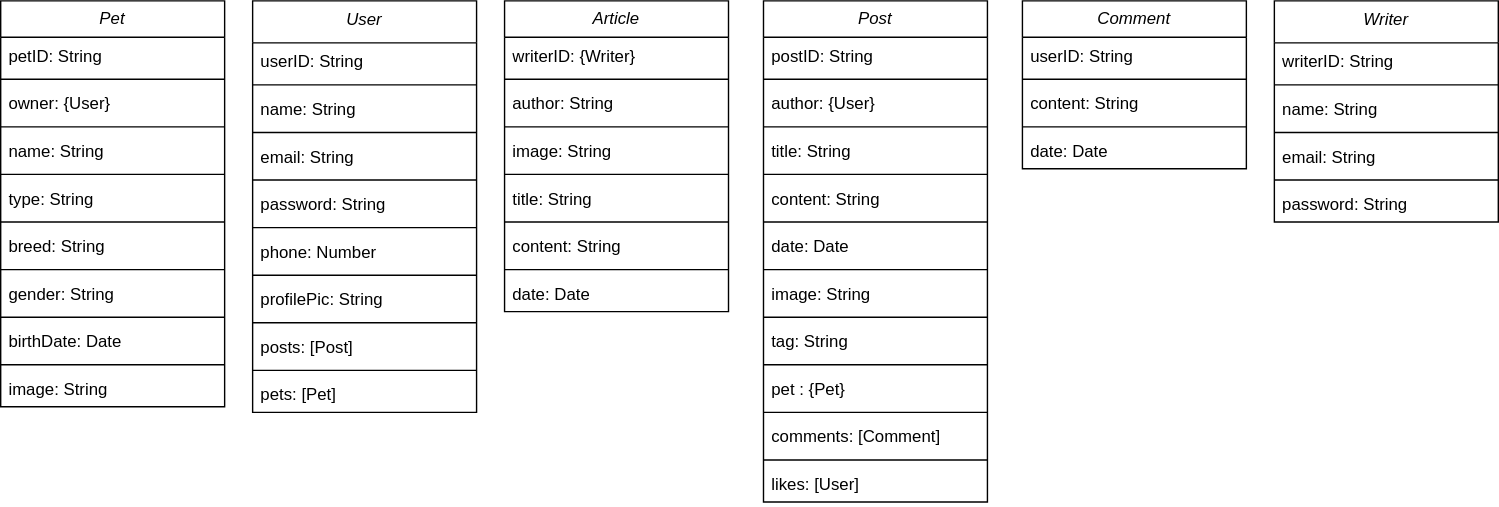
Above: Class Diagram.svg in AhmadTripleA/SE-Diagrams (draw.io), before the change. Source tidied: cells renumbered, new cells last; positions are measured from the earlier drawing's top-left corner, leaving out a move shared by most shapes.
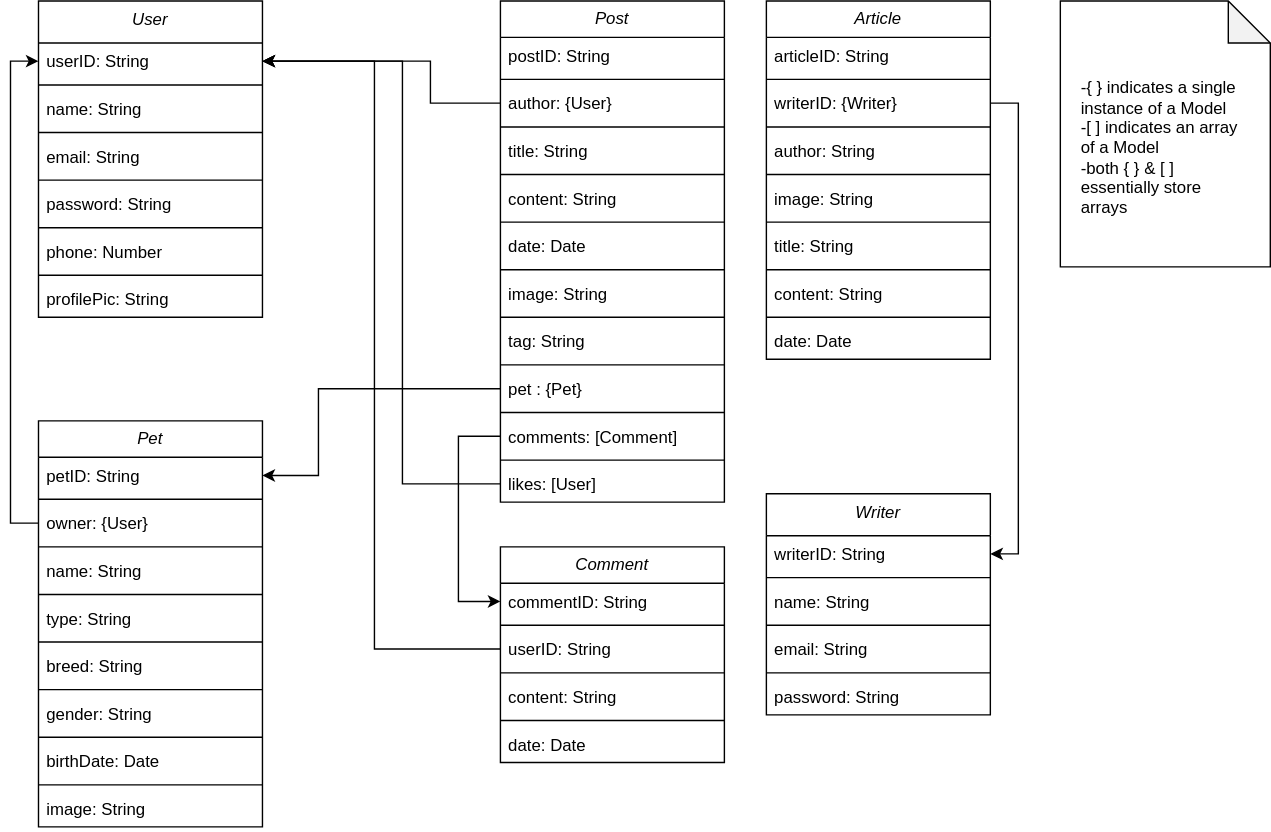
After the commit.

The edit, as a diff of the source:
```diff
@@ -2,11 +2,8 @@
   <root>
     <mxCell id="0" />
     <mxCell id="1" parent="0" />
-    <mxCell id="2" style="group;" parent="1" vertex="1">
-      <mxGeometry width="1070" height="358" as="geometry" />
-    </mxCell>
-    <mxCell id="3" value="&lt;i style=&quot;font-weight: normal;&quot;&gt;User&lt;/i&gt;" style="swimlane;fontStyle=1;align=center;verticalAlign=top;horizontal=1;startSize=30;whiteSpace=wrap;html=1;" parent="2" vertex="1">
-      <mxGeometry x="180" width="160" height="294" as="geometry" />
+    <mxCell id="3" value="&lt;i style=&quot;font-weight: normal;&quot;&gt;User&lt;/i&gt;" style="swimlane;fontStyle=1;align=center;verticalAlign=top;horizontal=1;startSize=30;whiteSpace=wrap;html=1;" parent="1" vertex="1">
+      <mxGeometry x="10" y="-195" width="160" height="226" as="geometry" />
     </mxCell>
     <mxCell id="4" value="userID: String" style="text;strokeColor=none;fillColor=none;align=left;verticalAlign=top;spacingLeft=4;spacingRight=4;overflow=hidden;points=[[0,0.5],[1,0.5]];portConstraint=eastwest;whiteSpace=wrap;html=1;" parent="3" vertex="1">
       <mxGeometry y="30" width="160" height="26" as="geometry" />
@@ -41,20 +38,8 @@
     <mxCell id="14" value="profilePic: String" style="text;strokeColor=none;fillColor=none;align=left;verticalAlign=top;spacingLeft=4;spacingRight=4;overflow=hidden;whiteSpace=wrap;html=1;" parent="3" vertex="1">
       <mxGeometry y="200" width="160" height="26" as="geometry" />
     </mxCell>
-    <mxCell id="15" style="line;strokeWidth=1;fillColor=none;align=left;verticalAlign=middle;spacingTop=-1;spacingLeft=3;spacingRight=3;labelPosition=right;strokeColor=inherit;" parent="3" vertex="1">
-      <mxGeometry y="226" width="160" height="8" as="geometry" />
-    </mxCell>
-    <mxCell id="16" value="posts: [Post]" style="text;strokeColor=none;fillColor=none;align=left;verticalAlign=top;spacingLeft=4;spacingRight=4;overflow=hidden;whiteSpace=wrap;html=1;" parent="3" vertex="1">
-      <mxGeometry y="234" width="160" height="26" as="geometry" />
-    </mxCell>
-    <mxCell id="17" style="line;strokeWidth=1;fillColor=none;align=left;verticalAlign=middle;spacingTop=-1;spacingLeft=3;spacingRight=3;labelPosition=right;strokeColor=inherit;" parent="3" vertex="1">
-      <mxGeometry y="260" width="160" height="8" as="geometry" />
-    </mxCell>
-    <mxCell id="18" value="pets: [Pet]" style="text;strokeColor=none;fillColor=none;align=left;verticalAlign=top;spacingLeft=4;spacingRight=4;overflow=hidden;whiteSpace=wrap;html=1;" parent="3" vertex="1">
-      <mxGeometry y="268" width="160" height="26" as="geometry" />
-    </mxCell>
-    <mxCell id="19" value="&lt;i&gt;Post&lt;br&gt;&lt;/i&gt;" style="swimlane;fontStyle=0;horizontal=1;startSize=26;fillColor=none;whiteSpace=wrap;html=1;" parent="2" vertex="1">
-      <mxGeometry x="545" width="160" height="358" as="geometry" />
+    <mxCell id="19" value="&lt;i&gt;Post&lt;br&gt;&lt;/i&gt;" style="swimlane;fontStyle=0;horizontal=1;startSize=26;fillColor=none;whiteSpace=wrap;html=1;" parent="1" vertex="1">
+      <mxGeometry x="340" y="-195" width="160" height="358" as="geometry" />
     </mxCell>
     <mxCell id="20" value="postID: String" style="text;align=left;verticalAlign=top;spacingLeft=4;spacingRight=4;overflow=hidden;whiteSpace=wrap;html=1;rounded=0;" parent="19" vertex="1">
       <mxGeometry y="26" width="160" height="26" as="geometry" />
@@ -113,8 +98,8 @@
     <mxCell id="38" value="likes: [User]" style="text;strokeColor=none;fillColor=none;align=left;verticalAlign=top;spacingLeft=4;spacingRight=4;overflow=hidden;points=[[0,0.5],[1,0.5]];portConstraint=eastwest;whiteSpace=wrap;html=1;" parent="19" vertex="1">
       <mxGeometry y="332" width="160" height="26" as="geometry" />
     </mxCell>
-    <mxCell id="39" value="&lt;i&gt;Pet&lt;/i&gt;" style="swimlane;fontStyle=0;horizontal=1;startSize=26;fillColor=none;whiteSpace=wrap;html=1;" parent="2" vertex="1">
-      <mxGeometry width="160" height="290" as="geometry" />
+    <mxCell id="39" value="&lt;i&gt;Pet&lt;/i&gt;" style="swimlane;fontStyle=0;horizontal=1;startSize=26;fillColor=none;whiteSpace=wrap;html=1;" parent="1" vertex="1">
+      <mxGeometry x="10" y="105" width="160" height="290" as="geometry" />
     </mxCell>
     <mxCell id="40" value="petID: String" style="text;strokeColor=none;fillColor=none;align=left;verticalAlign=top;spacingLeft=4;spacingRight=4;overflow=hidden;points=[[0,0.5],[1,0.5]];portConstraint=eastwest;whiteSpace=wrap;html=1;" parent="39" vertex="1">
       <mxGeometry y="26" width="160" height="26" as="geometry" />
@@ -161,8 +146,8 @@
     <mxCell id="54" value="image: String" style="text;strokeColor=none;fillColor=none;align=left;verticalAlign=top;spacingLeft=4;spacingRight=4;overflow=hidden;whiteSpace=wrap;html=1;" parent="39" vertex="1">
       <mxGeometry y="264" width="160" height="26" as="geometry" />
     </mxCell>
-    <mxCell id="55" value="&lt;i style=&quot;font-weight: normal;&quot;&gt;Writer&lt;br&gt;&lt;/i&gt;" style="swimlane;fontStyle=1;align=center;verticalAlign=top;horizontal=1;startSize=30;whiteSpace=wrap;html=1;" parent="2" vertex="1">
-      <mxGeometry x="910" width="160" height="158" as="geometry" />
+    <mxCell id="55" value="&lt;i style=&quot;font-weight: normal;&quot;&gt;Writer&lt;br&gt;&lt;/i&gt;" style="swimlane;fontStyle=1;align=center;verticalAlign=top;horizontal=1;startSize=30;whiteSpace=wrap;html=1;" parent="1" vertex="1">
+      <mxGeometry x="530" y="157" width="160" height="158" as="geometry" />
     </mxCell>
     <mxCell id="56" value="writerID: String" style="text;strokeColor=none;fillColor=none;align=left;verticalAlign=top;spacingLeft=4;spacingRight=4;overflow=hidden;points=[[0,0.5],[1,0.5]];portConstraint=eastwest;whiteSpace=wrap;html=1;" parent="55" vertex="1">
       <mxGeometry y="30" width="160" height="26" as="geometry" />
@@ -185,59 +170,120 @@
     <mxCell id="62" value="password: String" style="text;strokeColor=none;fillColor=none;align=left;verticalAlign=top;spacingLeft=4;spacingRight=4;overflow=hidden;whiteSpace=wrap;html=1;" parent="55" vertex="1">
       <mxGeometry y="132" width="160" height="26" as="geometry" />
     </mxCell>
-    <mxCell id="63" value="&lt;i&gt;Comment&lt;br&gt;&lt;/i&gt;" style="swimlane;fontStyle=0;horizontal=1;startSize=26;fillColor=none;whiteSpace=wrap;html=1;" parent="2" vertex="1">
-      <mxGeometry x="730" width="160" height="120" as="geometry" />
+    <mxCell id="63" value="&lt;i&gt;Comment&lt;br&gt;&lt;/i&gt;" style="swimlane;fontStyle=0;horizontal=1;startSize=26;fillColor=none;whiteSpace=wrap;html=1;" parent="1" vertex="1">
+      <mxGeometry x="340" y="195" width="160" height="154" as="geometry" />
     </mxCell>
+    <mxCell id="81" value="commentID: String" style="text;strokeColor=none;fillColor=none;align=left;verticalAlign=top;spacingLeft=4;spacingRight=4;overflow=hidden;points=[[0,0.5],[1,0.5]];portConstraint=eastwest;whiteSpace=wrap;html=1;" parent="63" vertex="1">
+      <mxGeometry y="26" width="160" height="26" as="geometry" />
+    </mxCell>
+    <mxCell id="82" style="line;strokeWidth=1;fillColor=none;align=left;verticalAlign=middle;spacingTop=-1;spacingLeft=3;spacingRight=3;labelPosition=right;strokeColor=inherit;" parent="63" vertex="1">
+      <mxGeometry y="52" width="160" height="8" as="geometry" />
+    </mxCell>
     <mxCell id="64" value="userID: String" style="text;strokeColor=none;fillColor=none;align=left;verticalAlign=top;spacingLeft=4;spacingRight=4;overflow=hidden;points=[[0,0.5],[1,0.5]];portConstraint=eastwest;whiteSpace=wrap;html=1;" parent="63" vertex="1">
-      <mxGeometry y="26" width="160" height="26" as="geometry" />
+      <mxGeometry y="60" width="160" height="26" as="geometry" />
     </mxCell>
     <mxCell id="65" style="line;strokeWidth=1;fillColor=none;align=left;verticalAlign=middle;spacingTop=-1;spacingLeft=3;spacingRight=3;labelPosition=right;strokeColor=inherit;" parent="63" vertex="1">
-      <mxGeometry y="52" width="160" height="8" as="geometry" />
+      <mxGeometry y="86" width="160" height="8" as="geometry" />
     </mxCell>
     <mxCell id="66" value="content: String" style="text;strokeColor=none;fillColor=none;align=left;verticalAlign=top;spacingLeft=4;spacingRight=4;overflow=hidden;whiteSpace=wrap;html=1;" parent="63" vertex="1">
-      <mxGeometry y="60" width="160" height="26" as="geometry" />
+      <mxGeometry y="94" width="160" height="26" as="geometry" />
     </mxCell>
     <mxCell id="67" style="line;strokeWidth=1;fillColor=none;align=left;verticalAlign=middle;spacingTop=-1;spacingLeft=3;spacingRight=3;labelPosition=right;strokeColor=inherit;" parent="63" vertex="1">
-      <mxGeometry y="86" width="160" height="8" as="geometry" />
+      <mxGeometry y="120" width="160" height="8" as="geometry" />
     </mxCell>
     <mxCell id="68" value="date: Date" style="text;strokeColor=none;fillColor=none;align=left;verticalAlign=top;spacingLeft=4;spacingRight=4;overflow=hidden;whiteSpace=wrap;html=1;" parent="63" vertex="1">
-      <mxGeometry y="94" width="160" height="26" as="geometry" />
+      <mxGeometry y="128" width="160" height="26" as="geometry" />
     </mxCell>
-    <mxCell id="69" value="&lt;i&gt;Article&lt;br&gt;&lt;/i&gt;" style="swimlane;fontStyle=0;horizontal=1;startSize=26;fillColor=none;whiteSpace=wrap;html=1;" parent="2" vertex="1">
-      <mxGeometry x="360" width="160" height="222" as="geometry" />
+    <mxCell id="69" value="&lt;i&gt;Article&lt;br&gt;&lt;/i&gt;" style="swimlane;fontStyle=0;horizontal=1;startSize=26;fillColor=none;whiteSpace=wrap;html=1;" parent="1" vertex="1">
+      <mxGeometry x="530" y="-195" width="160" height="256" as="geometry" />
     </mxCell>
-    <mxCell id="70" value="writerID: {Writer}" style="text;strokeColor=none;fillColor=none;align=left;verticalAlign=top;spacingLeft=4;spacingRight=4;overflow=hidden;whiteSpace=wrap;html=1;" parent="69" vertex="1">
+    <mxCell id="70" value="articleID: String" style="text;strokeColor=none;fillColor=none;align=left;verticalAlign=top;spacingLeft=4;spacingRight=4;overflow=hidden;whiteSpace=wrap;html=1;" parent="69" vertex="1">
       <mxGeometry y="26" width="160" height="26" as="geometry" />
     </mxCell>
     <mxCell id="71" style="line;strokeWidth=1;fillColor=none;align=left;verticalAlign=middle;spacingTop=-1;spacingLeft=3;spacingRight=3;labelPosition=right;strokeColor=inherit;" parent="69" vertex="1">
       <mxGeometry y="52" width="160" height="8" as="geometry" />
     </mxCell>
+    <mxCell id="83" value="writerID: {Writer}" style="text;strokeColor=none;fillColor=none;align=left;verticalAlign=top;spacingLeft=4;spacingRight=4;overflow=hidden;points=[[0,0.5],[1,0.5]];portConstraint=eastwest;whiteSpace=wrap;html=1;" parent="69" vertex="1">
+      <mxGeometry y="60" width="160" height="26" as="geometry" />
+    </mxCell>
+    <mxCell id="84" style="line;strokeWidth=1;fillColor=none;align=left;verticalAlign=middle;spacingTop=-1;spacingLeft=3;spacingRight=3;labelPosition=right;strokeColor=inherit;" parent="69" vertex="1">
+      <mxGeometry y="86" width="160" height="8" as="geometry" />
+    </mxCell>
     <mxCell id="72" value="author: String" style="text;strokeColor=none;fillColor=none;align=left;verticalAlign=top;spacingLeft=4;spacingRight=4;overflow=hidden;whiteSpace=wrap;html=1;" parent="69" vertex="1">
-      <mxGeometry y="60" width="160" height="26" as="geometry" />
+      <mxGeometry y="94" width="160" height="26" as="geometry" />
     </mxCell>
     <mxCell id="73" style="line;strokeWidth=1;fillColor=none;align=left;verticalAlign=middle;spacingTop=-1;spacingLeft=3;spacingRight=3;labelPosition=right;strokeColor=inherit;" parent="69" vertex="1">
-      <mxGeometry y="86" width="160" height="8" as="geometry" />
+      <mxGeometry y="120" width="160" height="8" as="geometry" />
     </mxCell>
     <mxCell id="74" value="image: String" style="text;strokeColor=none;fillColor=none;align=left;verticalAlign=top;spacingLeft=4;spacingRight=4;overflow=hidden;whiteSpace=wrap;html=1;" parent="69" vertex="1">
-      <mxGeometry y="94" width="160" height="26" as="geometry" />
+      <mxGeometry y="128" width="160" height="26" as="geometry" />
     </mxCell>
     <mxCell id="75" style="line;strokeWidth=1;fillColor=none;align=left;verticalAlign=middle;spacingTop=-1;spacingLeft=3;spacingRight=3;labelPosition=right;strokeColor=inherit;" parent="69" vertex="1">
-      <mxGeometry y="120" width="160" height="8" as="geometry" />
+      <mxGeometry y="154" width="160" height="8" as="geometry" />
     </mxCell>
     <mxCell id="76" value="title: String" style="text;strokeColor=none;fillColor=none;align=left;verticalAlign=top;spacingLeft=4;spacingRight=4;overflow=hidden;whiteSpace=wrap;html=1;" parent="69" vertex="1">
-      <mxGeometry y="128" width="160" height="26" as="geometry" />
+      <mxGeometry y="162" width="160" height="26" as="geometry" />
     </mxCell>
     <mxCell id="77" style="line;strokeWidth=1;fillColor=none;align=left;verticalAlign=middle;spacingTop=-1;spacingLeft=3;spacingRight=3;labelPosition=right;strokeColor=inherit;" parent="69" vertex="1">
-      <mxGeometry y="154" width="160" height="8" as="geometry" />
+      <mxGeometry y="188" width="160" height="8" as="geometry" />
     </mxCell>
     <mxCell id="78" value="content: String" style="text;strokeColor=none;fillColor=none;align=left;verticalAlign=top;spacingLeft=4;spacingRight=4;overflow=hidden;whiteSpace=wrap;html=1;" parent="69" vertex="1">
-      <mxGeometry y="162" width="160" height="26" as="geometry" />
+      <mxGeometry y="196" width="160" height="26" as="geometry" />
     </mxCell>
     <mxCell id="79" style="line;strokeWidth=1;fillColor=none;align=left;verticalAlign=middle;spacingTop=-1;spacingLeft=3;spacingRight=3;labelPosition=right;strokeColor=inherit;" parent="69" vertex="1">
-      <mxGeometry y="188" width="160" height="8" as="geometry" />
+      <mxGeometry y="222" width="160" height="8" as="geometry" />
     </mxCell>
     <mxCell id="80" value="date: Date" style="text;strokeColor=none;fillColor=none;align=left;verticalAlign=top;spacingLeft=4;spacingRight=4;overflow=hidden;whiteSpace=wrap;html=1;" parent="69" vertex="1">
-      <mxGeometry y="196" width="160" height="26" as="geometry" />
+      <mxGeometry y="230" width="160" height="26" as="geometry" />
     </mxCell>
+    <mxCell id="85" style="edgeStyle=orthogonalEdgeStyle;rounded=0;jettySize=auto;html=1;exitX=1;exitY=0.5;exitDx=0;exitDy=0;" parent="1" edge="1" source="83" target="56">
+      <mxGeometry relative="1" as="geometry" />
+    </mxCell>
+    <mxCell id="86" style="edgeStyle=orthogonalEdgeStyle;rounded=0;jettySize=auto;html=1;exitX=0;exitY=0.5;exitDx=0;exitDy=0;" parent="1" edge="1" source="22" target="4">
+      <mxGeometry relative="1" as="geometry">
+        <Array as="points">
+          <mxPoint x="290" y="-122" />
+          <mxPoint x="290" y="-152" />
+        </Array>
+      </mxGeometry>
+    </mxCell>
+    <mxCell id="87" style="edgeStyle=orthogonalEdgeStyle;rounded=0;jettySize=auto;html=1;exitX=0;exitY=0.5;exitDx=0;exitDy=0;entryX=0;entryY=0.5;entryDx=0;entryDy=0;" parent="1" edge="1" source="36" target="81">
+      <mxGeometry relative="1" as="geometry">
+        <Array as="points">
+          <mxPoint x="310" y="116" />
+          <mxPoint x="310" y="234" />
+        </Array>
+      </mxGeometry>
+    </mxCell>
+    <mxCell id="88" style="edgeStyle=orthogonalEdgeStyle;rounded=0;jettySize=auto;html=1;exitX=0;exitY=0.5;exitDx=0;exitDy=0;entryX=1;entryY=0.5;entryDx=0;entryDy=0;" parent="1" edge="1" source="64" target="4">
+      <mxGeometry relative="1" as="geometry">
+        <Array as="points">
+          <mxPoint x="250" y="268" />
+          <mxPoint x="250" y="-152" />
+        </Array>
+      </mxGeometry>
+    </mxCell>
+    <mxCell id="89" style="edgeStyle=orthogonalEdgeStyle;rounded=0;jettySize=auto;html=1;exitX=0;exitY=0.5;exitDx=0;exitDy=0;entryX=1;entryY=0.5;entryDx=0;entryDy=0;" parent="1" edge="1" source="38" target="4">
+      <mxGeometry relative="1" as="geometry">
+        <Array as="points">
+          <mxPoint x="270" y="150" />
+          <mxPoint x="270" y="-152" />
+        </Array>
+      </mxGeometry>
+    </mxCell>
+    <mxCell id="90" style="edgeStyle=orthogonalEdgeStyle;rounded=0;jettySize=auto;html=1;exitX=0;exitY=0.5;exitDx=0;exitDy=0;" parent="1" edge="1" source="34" target="40">
+      <mxGeometry relative="1" as="geometry">
+        <Array as="points">
+          <mxPoint x="210" y="82" />
+          <mxPoint x="210" y="144" />
+        </Array>
+      </mxGeometry>
+    </mxCell>
+    <mxCell id="91" style="edgeStyle=orthogonalEdgeStyle;rounded=0;jettySize=auto;html=1;exitX=0;exitY=0.5;exitDx=0;exitDy=0;entryX=0;entryY=0.5;entryDx=0;entryDy=0;" parent="1" edge="1" source="42" target="4">
+      <mxGeometry relative="1" as="geometry" />
+    </mxCell>
+    <mxCell id="92" value="-{ } indicates a single instance of a Model&lt;br&gt;-[ ] indicates an array of a Model&lt;br&gt;-both { } &amp;amp; [ ] essentially store arrays" style="shape=note;backgroundOutline=1;darkOpacity=0.05;align=left;fixDash=0;shadow=0;verticalAlign=middle;horizontal=1;whiteSpace=wrap;labelBorderColor=none;labelBackgroundColor=none;spacingRight=15;spacingTop=20;spacing=0;spacingLeft=15;html=1;" parent="1" vertex="1">
+      <mxGeometry x="740" y="-195" width="150" height="190" as="geometry" />
+    </mxCell>
   </root>
 </mxGraphModel>
```
